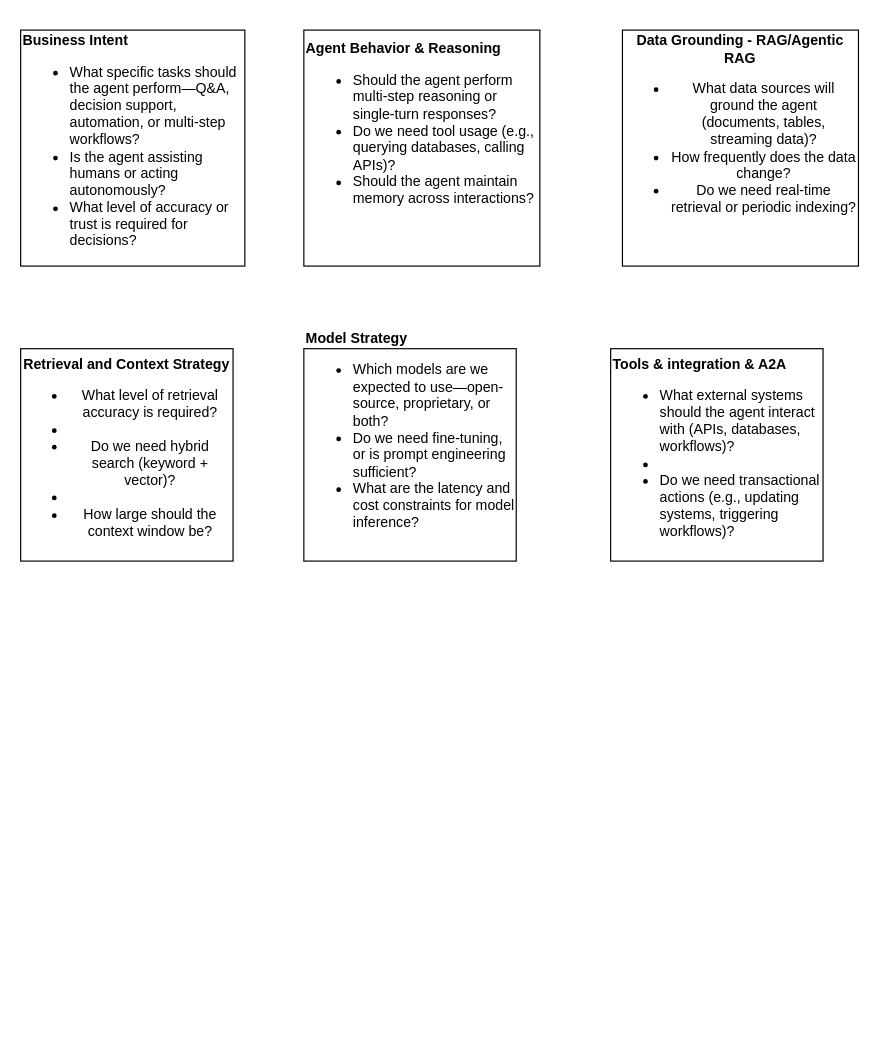
The draw.io diagram page "Questions" (1 of 2) of Archwb.drawio in balakreshnan/drawioarch, before the edit. Source tidied: cells renumbered, new cells numbered last; positions are measured from the earlier drawing's top-left corner, leaving out a move shared by most shapes. Both pictures are drawn from the tidied source at 118%, with x=0, y=0 at pixel (20, 30).
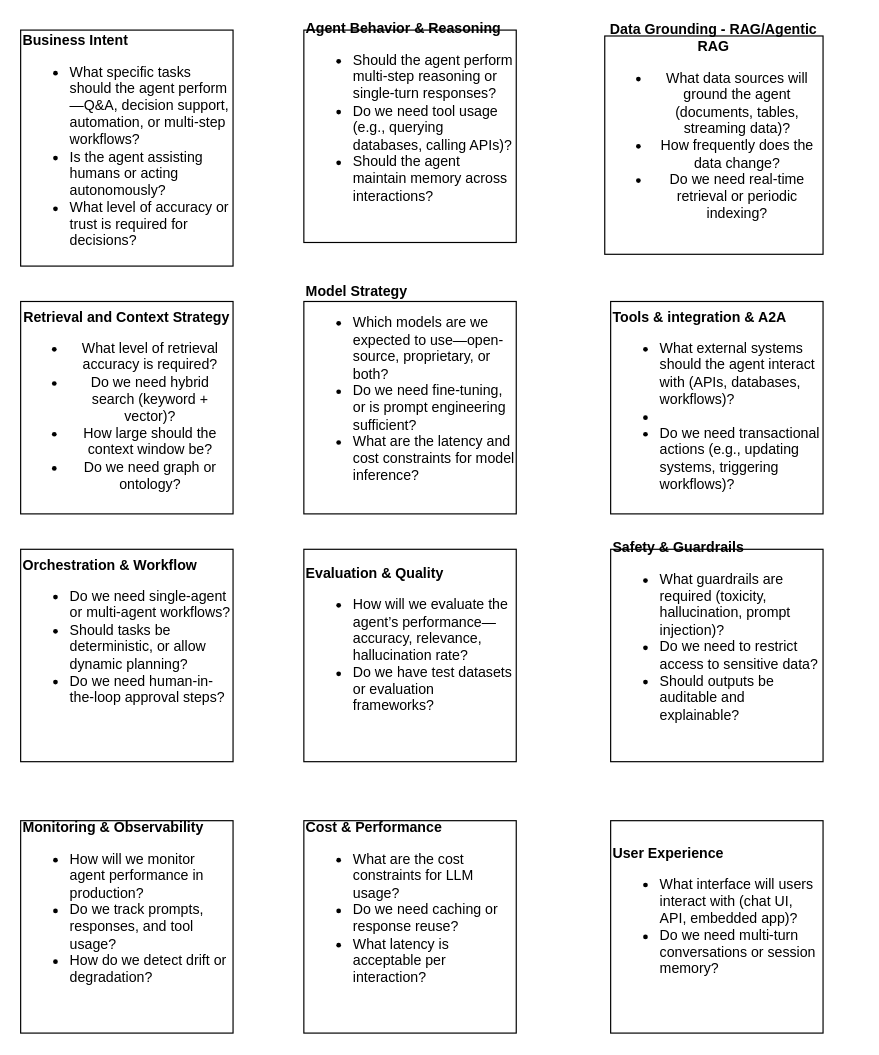
Above is the later version.

What changed in the source:
```diff
@@
 <mxGraphModel>
   <root>
     <mxCell id="0" />
     <mxCell id="1" parent="0" />
     <mxCell id="2" value="&lt;div style=&quot;&quot;&gt;&lt;span style=&quot;background-color: transparent; color: light-dark(rgb(0, 0, 0), rgb(255, 255, 255));&quot;&gt;&lt;b&gt;Business Intent&lt;/b&gt;&lt;/span&gt;&lt;/div&gt;&lt;div style=&quot;&quot;&gt;&lt;ul&gt;&lt;li&gt;What specific tasks should the agent perform—Q&amp;amp;A, decision support, automation, or multi-step workflows?&lt;br&gt;&lt;/li&gt;&lt;li&gt;&lt;span style=&quot;background-color: transparent; color: light-dark(rgb(0, 0, 0), rgb(255, 255, 255));&quot;&gt;Is the agent assisting humans or acting autonomously?&lt;/span&gt;&lt;/li&gt;&lt;li&gt;&lt;span style=&quot;background-color: transparent; color: light-dark(rgb(0, 0, 0), rgb(255, 255, 255));&quot;&gt;What level of accuracy or trust is required for decisions?&lt;/span&gt;&lt;/li&gt;&lt;/ul&gt;&lt;/div&gt;" style="rounded=0;whiteSpace=wrap;html=1;align=left;" parent="1" vertex="1">
-      <mxGeometry width="190" height="200" as="geometry" />
+      <mxGeometry width="180" height="200" as="geometry" />
     </mxCell>
     <mxCell id="3" value="&lt;b&gt;Agent Behavior &amp;amp; Reasoning&lt;/b&gt;&lt;div&gt;&lt;ul&gt;&lt;li&gt;Should the agent perform multi-step reasoning or single-turn responses?&lt;/li&gt;&lt;li&gt;Do we need tool usage (e.g., querying databases, calling APIs)?&lt;/li&gt;&lt;li&gt;Should the agent maintain memory across interactions?&lt;/li&gt;&lt;/ul&gt;&lt;br&gt;&lt;br&gt;&lt;/div&gt;" style="whiteSpace=wrap;html=1;align=left;" parent="1" vertex="1">
-      <mxGeometry x="240" width="200" height="200" as="geometry" />
+      <mxGeometry x="240" width="180" height="180" as="geometry" />
     </mxCell>
     <mxCell id="4" value="&lt;b&gt;Data Grounding - RAG/Agentic RAG&lt;/b&gt;&lt;div&gt;&lt;ul&gt;&lt;li&gt;What data sources will ground the agent (documents, tables, streaming data)?&lt;/li&gt;&lt;li&gt;How frequently does the data change?&lt;/li&gt;&lt;li&gt;Do we need real-time retrieval or periodic indexing?&lt;/li&gt;&lt;/ul&gt;&lt;br&gt;&lt;br&gt;&lt;/div&gt;" style="whiteSpace=wrap;html=1;" parent="1" vertex="1">
-      <mxGeometry x="510" width="200" height="200" as="geometry" />
+      <mxGeometry x="495" y="5" width="185" height="185" as="geometry" />
     </mxCell>
-    <mxCell id="5" value="&lt;b&gt;Retrieval and Context Strategy&lt;/b&gt;&lt;div&gt;&lt;ul&gt;&lt;li&gt;What level of retrieval accuracy is required?&lt;/li&gt;&lt;li&gt;&lt;br&gt;&lt;/li&gt;&lt;li&gt;Do we need hybrid search (keyword + vector)?&lt;/li&gt;&lt;li&gt;&lt;br&gt;&lt;/li&gt;&lt;li&gt;How large should the context window be?&lt;/li&gt;&lt;/ul&gt;&lt;/div&gt;" style="whiteSpace=wrap;html=1;" parent="1" vertex="1">
-      <mxGeometry y="270" width="180" height="180" as="geometry" />
+    <mxCell id="5" value="&lt;b&gt;Retrieval and Context Strategy&lt;/b&gt;&lt;div&gt;&lt;ul&gt;&lt;li&gt;What level of retrieval accuracy is required?&lt;/li&gt;&lt;li&gt;Do we need hybrid search (keyword + vector)?&lt;/li&gt;&lt;li&gt;How large should the context window be?&lt;/li&gt;&lt;li&gt;Do we need graph or ontology?&lt;/li&gt;&lt;/ul&gt;&lt;/div&gt;" style="whiteSpace=wrap;html=1;" parent="1" vertex="1">
+      <mxGeometry y="230" width="180" height="180" as="geometry" />
     </mxCell>
     <mxCell id="6" value="&lt;b&gt;Model Strategy&lt;/b&gt;&lt;div&gt;&lt;ul&gt;&lt;li&gt;Which models are we expected to use—open-source, proprietary, or both?&lt;/li&gt;&lt;li&gt;Do we need fine-tuning, or is prompt engineering sufficient?&lt;/li&gt;&lt;li&gt;What are the latency and cost constraints for model inference?&lt;/li&gt;&lt;/ul&gt;&lt;br/&gt;&lt;br/&gt;&lt;/div&gt;" style="whiteSpace=wrap;html=1;align=left;" parent="1" vertex="1">
-      <mxGeometry x="240" y="270" width="180" height="180" as="geometry" />
+      <mxGeometry x="240" y="230" width="180" height="180" as="geometry" />
     </mxCell>
     <mxCell id="7" value="&lt;b&gt;Tools &amp;amp; integration &amp;amp; A2A&lt;/b&gt;&lt;div&gt;&lt;ul&gt;&lt;li&gt;What external systems should the agent interact with (APIs, databases, workflows)?&lt;/li&gt;&lt;li&gt;&lt;br&gt;&lt;/li&gt;&lt;li&gt;Do we need transactional actions (e.g., updating systems, triggering workflows)?&lt;/li&gt;&lt;/ul&gt;&lt;/div&gt;" style="whiteSpace=wrap;html=1;align=left;" parent="1" vertex="1">
-      <mxGeometry x="500" y="270" width="180" height="180" as="geometry" />
+      <mxGeometry x="500" y="230" width="180" height="180" as="geometry" />
     </mxCell>
+    <mxCell id="8" value="&lt;b&gt;Orchestration &amp;amp; Workflow&lt;/b&gt;&lt;div&gt;&lt;ul&gt;&lt;li&gt;Do we need single-agent or multi-agent workflows?&lt;br&gt;&lt;/li&gt;&lt;li&gt;Should tasks be deterministic, or allow dynamic planning?&lt;br&gt;&lt;/li&gt;&lt;li&gt;Do we need human-in-the-loop approval steps?&lt;/li&gt;&lt;/ul&gt;&lt;br&gt;&lt;br&gt;&lt;/div&gt;" style="whiteSpace=wrap;html=1;align=left;" parent="1" vertex="1">
+      <mxGeometry y="440" width="180" height="180" as="geometry" />
+    </mxCell>
+    <mxCell id="9" value="&lt;b&gt;Evaluation &amp;amp; Quality&lt;/b&gt;&lt;div&gt;&lt;ul&gt;&lt;li&gt;How will we evaluate the agent’s performance—accuracy, relevance, hallucination rate?&lt;br&gt;&lt;/li&gt;&lt;li&gt;Do we have test datasets or evaluation frameworks?&lt;/li&gt;&lt;/ul&gt;&lt;br&gt;&lt;/div&gt;" style="whiteSpace=wrap;html=1;align=left;" parent="1" vertex="1">
+      <mxGeometry x="240" y="440" width="180" height="180" as="geometry" />
+    </mxCell>
+    <mxCell id="10" value="&lt;b&gt;Safety &amp;amp; Guardrails&lt;/b&gt;&lt;div&gt;&lt;ul&gt;&lt;li&gt;What guardrails are required (toxicity, hallucination, prompt injection)?&lt;/li&gt;&lt;li&gt;Do we need to restrict access to sensitive data?&lt;/li&gt;&lt;li&gt;Should outputs be auditable and explainable?&lt;/li&gt;&lt;/ul&gt;&lt;br/&gt;&lt;br/&gt;&lt;/div&gt;" style="whiteSpace=wrap;html=1;align=left;" parent="1" vertex="1">
+      <mxGeometry x="500" y="440" width="180" height="180" as="geometry" />
+    </mxCell>
+    <mxCell id="11" value="&lt;b&gt;Monitoring &amp;amp; Observability&lt;/b&gt;&lt;div&gt;&lt;ul&gt;&lt;li&gt;How will we monitor agent performance in production?&lt;/li&gt;&lt;li&gt;Do we track prompts, responses, and tool usage?&lt;/li&gt;&lt;li&gt;How do we detect drift or degradation?&lt;/li&gt;&lt;/ul&gt;&lt;br/&gt;&lt;br/&gt;&lt;/div&gt;" style="whiteSpace=wrap;html=1;align=left;" parent="1" vertex="1">
+      <mxGeometry y="670" width="180" height="180" as="geometry" />
+    </mxCell>
+    <mxCell id="12" value="&lt;b&gt;Cost &amp;amp; Performance&lt;/b&gt;&lt;div&gt;&lt;ul&gt;&lt;li&gt;What are the cost constraints for LLM usage?&lt;/li&gt;&lt;li&gt;Do we need caching or response reuse?&lt;/li&gt;&lt;li&gt;What latency is acceptable per interaction?&lt;/li&gt;&lt;/ul&gt;&lt;br/&gt;&lt;br/&gt;&lt;/div&gt;" style="whiteSpace=wrap;html=1;align=left;" parent="1" vertex="1">
+      <mxGeometry x="240" y="670" width="180" height="180" as="geometry" />
+    </mxCell>
+    <mxCell id="13" value="&lt;b&gt;User Experience&lt;/b&gt;&lt;div&gt;&lt;ul&gt;&lt;li&gt;What interface will users interact with (chat UI, API, embedded app)?&lt;/li&gt;&lt;li&gt;Do we need multi-turn conversations or session memory?&lt;/li&gt;&lt;/ul&gt;&lt;br/&gt;&lt;/div&gt;" style="whiteSpace=wrap;html=1;align=left;" parent="1" vertex="1">
+      <mxGeometry x="500" y="670" width="180" height="180" as="geometry" />
+    </mxCell>
   </root>
 </mxGraphModel>
```
